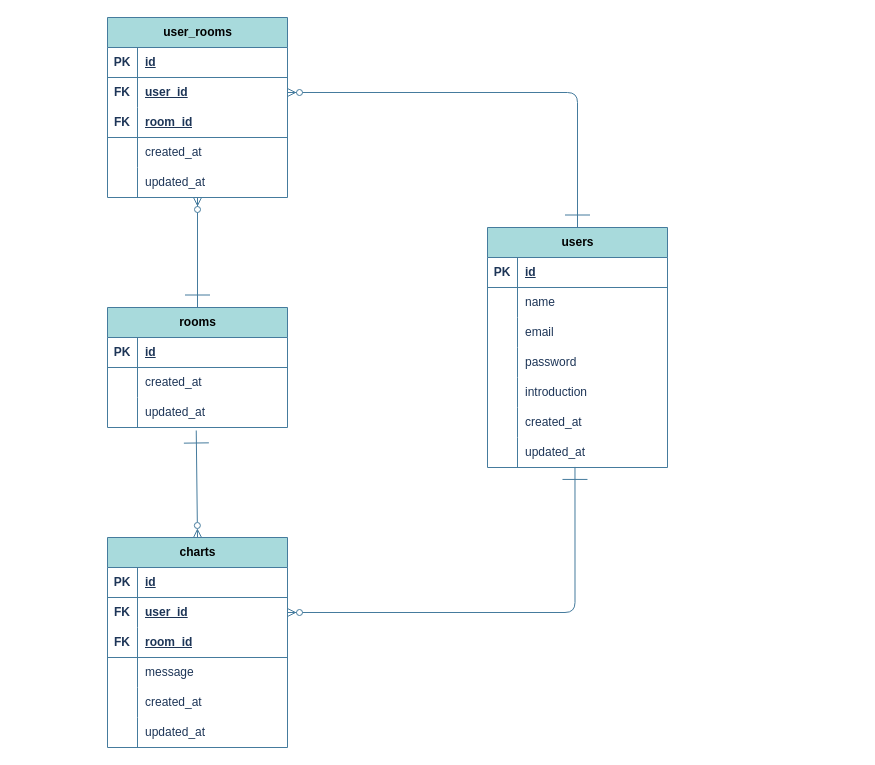
This is DM機能.drawio from Ganmo3/drawio, a draw.io file, before an edit. Source tidied: cells renumbered, new cells numbered last; positions are measured from the earlier drawing's top-left corner, leaving out a move shared by most shapes. Both pictures are drawn from the tidied source at 100%, with x=0, y=0 at pixel (17, 17).
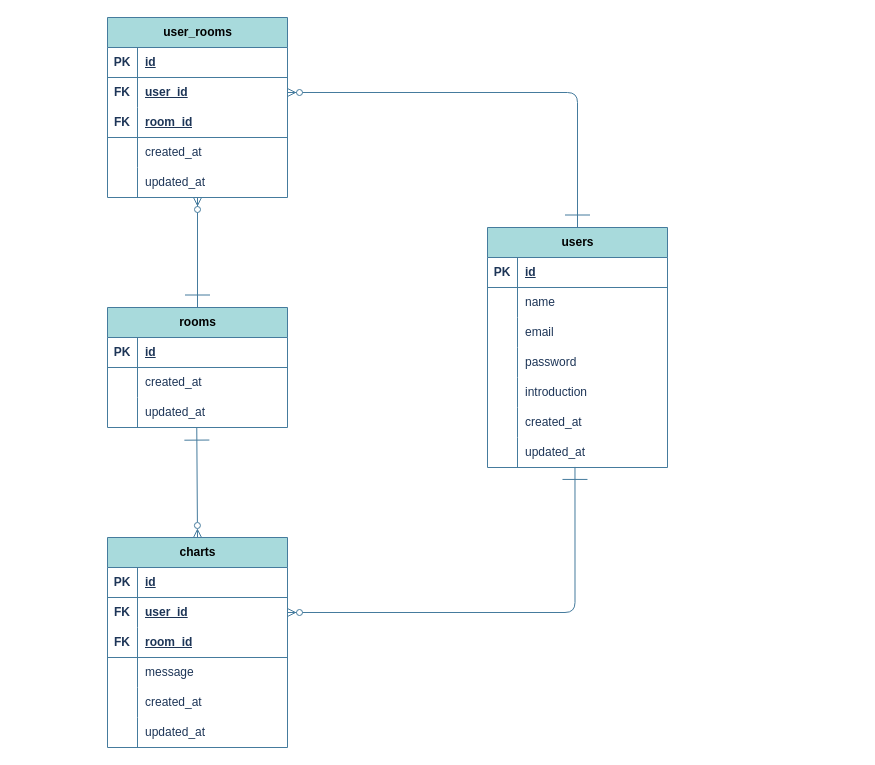
The same diagram, later.

Commit message (it also covers changes not shown here):
DM機能.drawio を更新します

The change refers to these unchanged cells:
```xml
<mxCell id="28" value="&lt;font color=&quot;#000000&quot;&gt;charts&lt;/font&gt;" style="shape=table;startSize=30;childLayout=tableLayout;rowLines=0;fontStyle=1;align=center;html=1;strokeColor=#457B9D;fontFamily=Helvetica;fontSize=12;fillColor=#A8DADC;labelBackgroundColor=none;fontColor=#1D3557;" parent="1" vertex="1">
  <mxGeometry x="90" y="520" width="180" height="210" as="geometry" />
</mxCell>
<mxCell id="54" style="shape=tableRow;horizontal=0;startSize=0;swimlaneHead=0;swimlaneBody=0;fillColor=none;points=[[0,0.5],[1,0.5]];portConstraint=eastwest;top=0;left=0;right=0;bottom=0;strokeColor=#457B9D;fontFamily=Helvetica;fontSize=12;fontColor=#1D3557;html=1;labelBackgroundColor=none;" parent="47" vertex="1">
  <mxGeometry y="90" width="180" height="30" as="geometry" />
</mxCell>
```

Diff of the diagram source:
```diff
@@
-    <mxCell id="78" style="fontSize=12;html=1;endArrow=ERzeroToMany;endFill=0;fontFamily=Helvetica;fontColor=default;startSize=23;rounded=1;startArrow=ERone;startFill=0;exitX=0.493;exitY=1.1;exitDx=0;exitDy=0;exitPerimeter=0;entryX=0.5;entryY=0;entryDx=0;entryDy=0;labelBackgroundColor=none;strokeColor=#457B9D;" parent="1" edge="1" source="54" target="28">
+    <mxCell id="78" style="fontSize=12;html=1;endArrow=ERzeroToMany;endFill=0;fontFamily=Helvetica;fontColor=default;startSize=23;rounded=1;startArrow=ERone;startFill=0;exitX=0.496;exitY=1.004;exitDx=0;exitDy=0;exitPerimeter=0;entryX=0.5;entryY=0;entryDx=0;entryDy=0;labelBackgroundColor=none;strokeColor=#457B9D;" parent="1" edge="1" source="54" target="28">
       <mxGeometry relative="1" as="geometry" />
     </mxCell>
```
